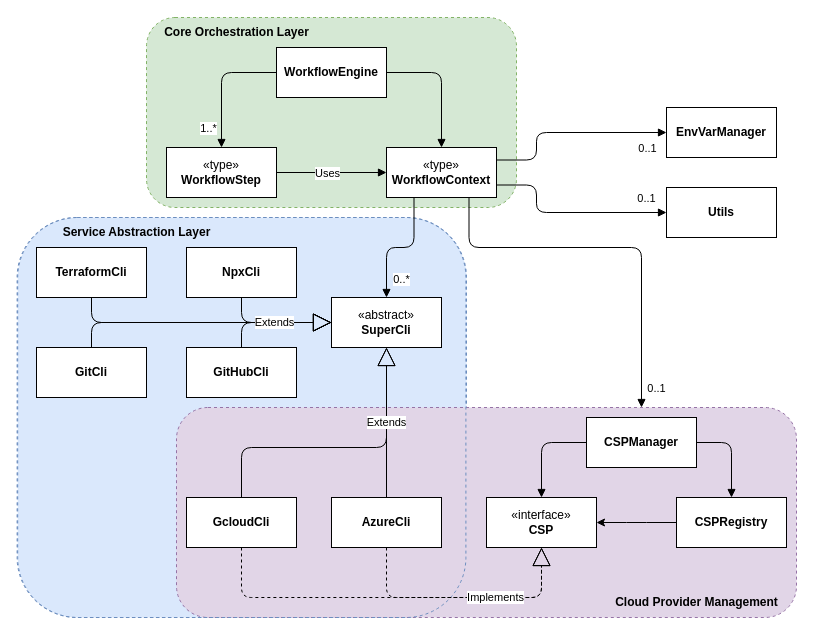
Before: class_diagram_drawio.drawio in oscarmarcussen/master_diagram, a draw.io diagram. Source tidied: cells renumbered, new cells numbered last; positions are measured from the earlier drawing's top-left corner, leaving out a move shared by most shapes. Both pictures are drawn from the tidied source at 100%, with x=0, y=0 at pixel (17, 17).
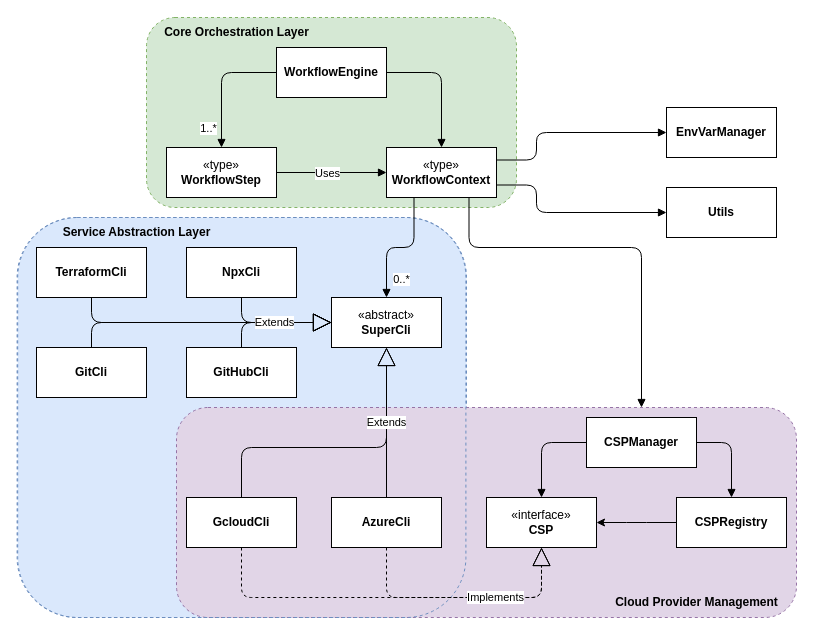
After the change.

Commit message:
update class diagram

The change refers to these unchanged cells:
```xml
<mxCell id="42" value="&lt;div&gt;&lt;br&gt;&lt;/div&gt;" style="endArrow=block;endFill=1;html=1;edgeStyle=orthogonalEdgeStyle;align=left;verticalAlign=top;exitX=0.75;exitY=1;exitDx=0;exitDy=0;entryX=0.75;entryY=0;entryDx=0;entryDy=0;" parent="1" edge="1" source="9" target="3">
  <mxGeometry x="0.69" y="-15" relative="1" as="geometry">
    <Array as="points">
      <mxPoint x="452" y="230" />
      <mxPoint x="624" y="230" />
    </Array>
  </mxGeometry>
</mxCell>
<mxCell id="44" value="&lt;div&gt;&lt;br&gt;&lt;/div&gt;" style="endArrow=block;endFill=1;html=1;edgeStyle=orthogonalEdgeStyle;align=left;verticalAlign=top;exitX=1;exitY=0.75;exitDx=0;exitDy=0;entryX=0;entryY=0.5;entryDx=0;entryDy=0;" parent="1" edge="1" source="9" target="6">
  <mxGeometry x="0.69" y="-15" relative="1" as="geometry">
    <Array as="points">
      <mxPoint x="519" y="168" />
      <mxPoint x="519" y="195" />
    </Array>
  </mxGeometry>
</mxCell>
<mxCell id="46" value="&lt;div&gt;&lt;br&gt;&lt;/div&gt;" style="endArrow=block;endFill=1;html=1;edgeStyle=orthogonalEdgeStyle;align=left;verticalAlign=top;exitX=1;exitY=0.25;exitDx=0;exitDy=0;entryX=0;entryY=0.5;entryDx=0;entryDy=0;" parent="1" edge="1" source="9" target="10">
  <mxGeometry x="0.69" y="-15" relative="1" as="geometry">
    <Array as="points">
      <mxPoint x="519" y="143" />
      <mxPoint x="519" y="115" />
    </Array>
  </mxGeometry>
</mxCell>
```

Change to the diagram source:
```diff
@@
-    <mxCell id="43" value="0..1" style="edgeLabel;html=1;align=center;verticalAlign=middle;" parent="42" vertex="1">
-      <mxGeometry x="-0.27" y="-4" relative="1" as="geometry">
-        <mxPoint x="97" y="136" as="offset" />
-      </mxGeometry>
-    </mxCell>
@@
-    <mxCell id="45" value="0..1" style="edgeLabel;html=1;align=center;verticalAlign=middle;" parent="44" vertex="1">
-      <mxGeometry x="-0.27" y="-4" relative="1" as="geometry">
-        <mxPoint x="105" y="-19" as="offset" />
-      </mxGeometry>
-    </mxCell>
@@
-    <mxCell id="47" value="0..1" style="edgeLabel;html=1;align=center;verticalAlign=middle;" parent="46" vertex="1">
-      <mxGeometry x="-0.27" y="-4" relative="1" as="geometry">
-        <mxPoint x="106" y="11" as="offset" />
-      </mxGeometry>
-    </mxCell>
```
